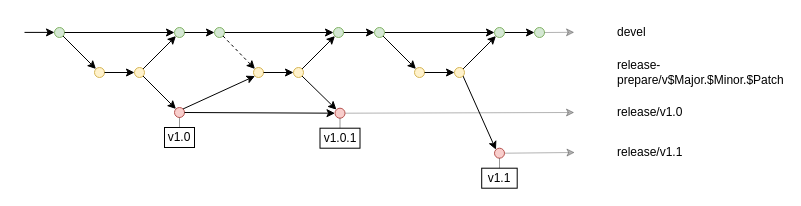
alasca-association/tarook keeps this draw.io diagram as docs/img/release.drawio. Above is the earlier version. Source tidied: cells renumbered, new cells numbered last; positions are measured from the earlier drawing's top-left corner, leaving out a move shared by most shapes. Both pictures are drawn from the tidied source at 100%, with x=0, y=0 at pixel (24, 17).
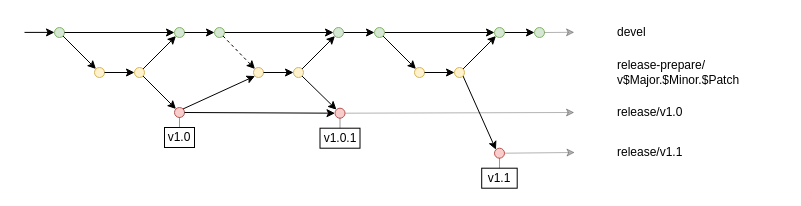
The same diagram, later.

Diff of the diagram source:
```diff
@@
-    <mxCell id="22" value="release-prepare/v$Major.$Minor.$Patch" style="text;html=1;strokeColor=none;fillColor=none;align=left;verticalAlign=middle;whiteSpace=wrap;rounded=0;" parent="1" vertex="1">
-      <mxGeometry x="590.5" y="40" width="89.5" height="30" as="geometry" />
+    <mxCell id="22" value="&lt;div&gt;release-prepare/&lt;/div&gt;&lt;div&gt;v$Major.$Minor.$Patch&lt;/div&gt;" style="text;html=1;strokeColor=none;fillColor=none;align=left;verticalAlign=middle;whiteSpace=wrap;rounded=0;" parent="1" vertex="1">
+      <mxGeometry x="590.5" y="40" width="139.5" height="30" as="geometry" />
     </mxCell>
```
